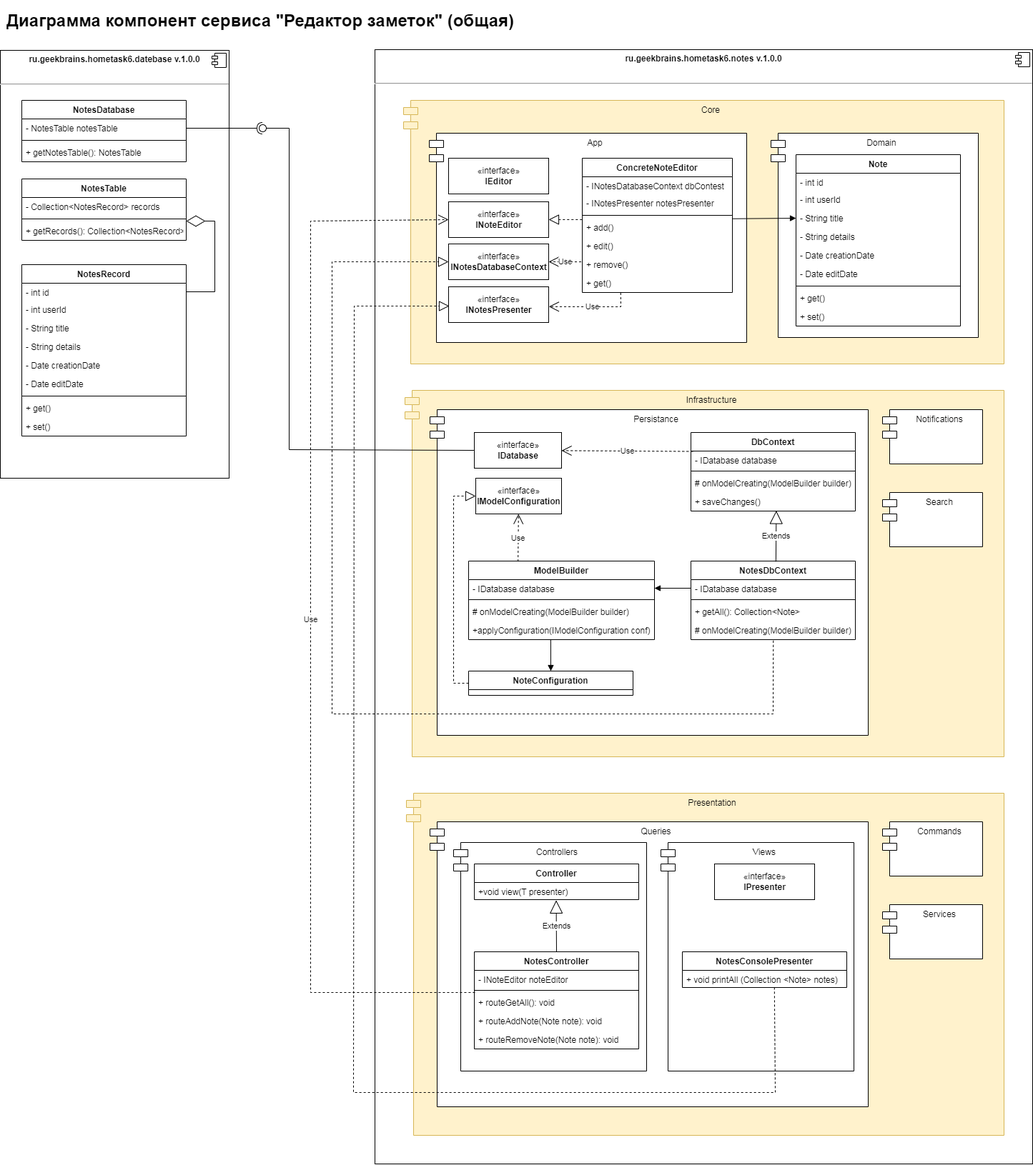
Before: Hometask_6/UML-diagram.png, a diagram exported from draw.io (ArtVDudkin/Architecture). Source tidied: cells renumbered, new cells last; positions are measured from the earlier drawing's top-left corner, leaving out a move shared by most shapes.
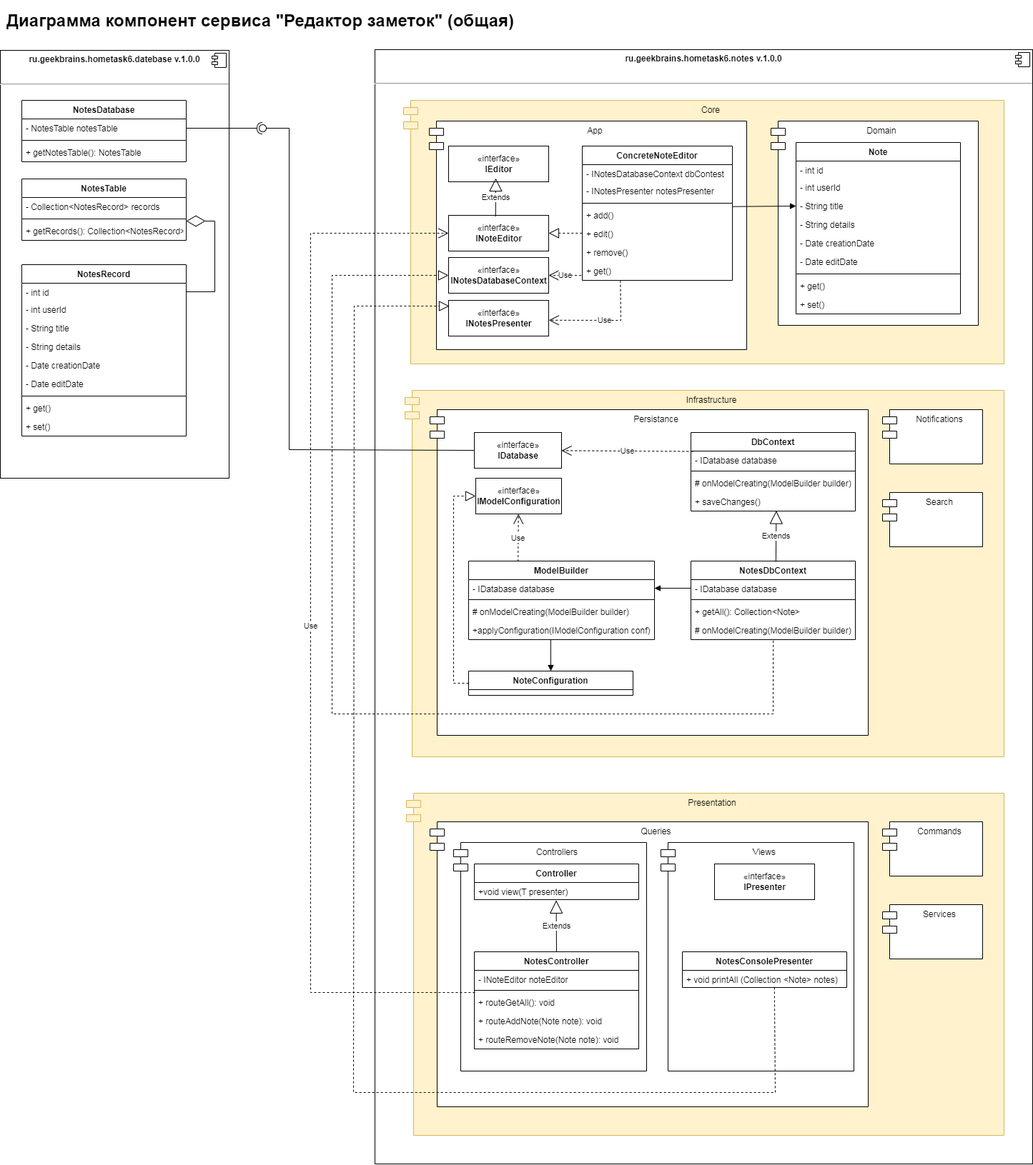
After the change.

Commit message:
UML diagram edited

The edit, as a diff of the source:
```diff
@@ -91,13 +91,13 @@
       <mxGeometry x="362" y="165" width="10" height="10" as="geometry" />
     </mxCell>
     <mxCell id="30" value="App" style="shape=module;align=left;spacingLeft=20;align=center;verticalAlign=top;" parent="1" vertex="1">
-      <mxGeometry x="600" y="177" width="444" height="293" as="geometry" />
+      <mxGeometry x="600" y="160" width="444" height="320" as="geometry" />
     </mxCell>
     <mxCell id="31" value="Domain" style="shape=module;align=left;spacingLeft=20;align=center;verticalAlign=top;" parent="1" vertex="1">
-      <mxGeometry x="1078" y="177" width="290" height="286" as="geometry" />
+      <mxGeometry x="1078" y="160" width="290" height="286" as="geometry" />
     </mxCell>
     <mxCell id="32" value="Note" style="swimlane;fontStyle=1;align=center;verticalAlign=top;horizontal=1;startSize=26;" parent="1" vertex="1">
-      <mxGeometry x="1113" y="207" width="230" height="240" as="geometry" />
+      <mxGeometry x="1113" y="190" width="230" height="240" as="geometry" />
     </mxCell>
     <mxCell id="33" value="- int id" style="text;strokeColor=none;fillColor=none;align=left;verticalAlign=top;spacingLeft=4;spacingRight=4;overflow=hidden;" parent="32" vertex="1">
       <mxGeometry y="26" width="230" height="24" as="geometry" />
@@ -127,19 +127,19 @@
       <mxGeometry y="214" width="230" height="26" as="geometry" />
     </mxCell>
     <mxCell id="42" value="«interface»&lt;br&gt;&lt;b&gt;IEditor&lt;/b&gt;" style="html=1;" parent="1" vertex="1">
-      <mxGeometry x="627" y="212" width="140" height="50" as="geometry" />
+      <mxGeometry x="627" y="195" width="140" height="50" as="geometry" />
     </mxCell>
     <mxCell id="43" value="«interface»&lt;br&gt;&lt;b&gt;INoteEditor&lt;br&gt;&lt;/b&gt;" style="html=1;" parent="1" vertex="1">
-      <mxGeometry x="627" y="273" width="140" height="50" as="geometry" />
+      <mxGeometry x="627" y="292" width="140" height="50" as="geometry" />
     </mxCell>
     <mxCell id="44" value="«interface»&lt;br&gt;&lt;b&gt;INotesDatabaseContext&lt;br&gt;&lt;/b&gt;" style="html=1;" parent="1" vertex="1">
-      <mxGeometry x="627" y="332" width="140" height="50" as="geometry" />
+      <mxGeometry x="627" y="351" width="140" height="50" as="geometry" />
     </mxCell>
     <mxCell id="45" value="«interface»&lt;br&gt;&lt;b&gt;INotesPresenter&lt;br&gt;&lt;/b&gt;" style="html=1;" parent="1" vertex="1">
-      <mxGeometry x="627" y="392" width="140" height="50" as="geometry" />
+      <mxGeometry x="627" y="411" width="140" height="50" as="geometry" />
     </mxCell>
     <mxCell id="46" value="ConcreteNoteEditor" style="swimlane;fontStyle=1;align=center;verticalAlign=top;horizontal=1;startSize=26;" parent="1" vertex="1">
-      <mxGeometry x="814" y="212" width="210" height="188" as="geometry" />
+      <mxGeometry x="814" y="195" width="210" height="188" as="geometry" />
     </mxCell>
     <mxCell id="47" value="- INotesDatabaseContext dbContest" style="text;strokeColor=none;fillColor=none;align=left;verticalAlign=top;spacingLeft=4;spacingRight=4;overflow=hidden;" parent="46" vertex="1">
       <mxGeometry y="26" width="210" height="24" as="geometry" />
@@ -164,19 +164,21 @@
     </mxCell>
     <mxCell id="54" style="endArrow=block;dashed=1;endFill=0;endSize=12;html=1;rounded=0;exitX=-0.001;exitY=0.383;exitDx=0;exitDy=0;exitPerimeter=0;" parent="1" edge="1" target="43">
       <mxGeometry relative="1" as="geometry">
-        <mxPoint x="813.8" y="298" as="sourcePoint" />
+        <mxPoint x="813.8" y="317" as="sourcePoint" />
       </mxGeometry>
     </mxCell>
-    <mxCell id="55" value="Use" style="endArrow=open;endSize=12;dashed=1;html=1;rounded=0;exitX=-0.007;exitY=0.35;exitDx=0;exitDy=0;entryX=1;entryY=0.5;entryDx=0;entryDy=0;exitPerimeter=0;" parent="1" edge="1" source="52" target="44">
-      <mxGeometry relative="1" as="geometry" />
+    <mxCell id="55" value="Use" style="endArrow=open;endSize=12;dashed=1;html=1;rounded=0;exitX=-0.007;exitY=0.35;exitDx=0;exitDy=0;entryX=1;entryY=0.5;entryDx=0;entryDy=0;exitPerimeter=0;" parent="1" edge="1" target="44">
+      <mxGeometry relative="1" as="geometry">
+        <mxPoint x="812.5" y="376.1" as="sourcePoint" />
+      </mxGeometry>
     </mxCell>
     <mxCell id="56" style="html=1;verticalAlign=bottom;endArrow=block;rounded=0;entryX=0;entryY=0.5;entryDx=0;entryDy=0;exitX=1;exitY=0.028;exitDx=0;exitDy=0;exitPerimeter=0;" parent="1" edge="1" source="50" target="35">
       <mxGeometry relative="1" as="geometry" />
     </mxCell>
-    <mxCell id="57" value="Use" style="endArrow=open;endSize=12;dashed=1;html=1;rounded=0;exitX=0.256;exitY=1.017;exitDx=0;exitDy=0;entryX=1.002;entryY=0.556;entryDx=0;entryDy=0;exitPerimeter=0;entryPerimeter=0;" parent="1" edge="1" source="53" target="45">
+    <mxCell id="57" value="Use" style="endArrow=open;endSize=12;dashed=1;html=1;rounded=0;exitX=0.254;exitY=1.009;exitDx=0;exitDy=0;entryX=1.002;entryY=0.556;entryDx=0;entryDy=0;entryPerimeter=0;exitPerimeter=0;" parent="1" edge="1" source="53" target="45">
       <mxGeometry relative="1" as="geometry">
         <Array as="points">
-          <mxPoint x="868" y="420" />
+          <mxPoint x="868" y="439" />
         </Array>
       </mxGeometry>
     </mxCell>
@@ -261,7 +263,7 @@
         <Array as="points">
           <mxPoint x="1081" y="990" />
           <mxPoint x="464" y="990" />
-          <mxPoint x="464" y="357" />
+          <mxPoint x="464" y="376" />
         </Array>
       </mxGeometry>
     </mxCell>
@@ -334,7 +336,7 @@
       <mxGeometry relative="1" as="geometry">
         <Array as="points">
           <mxPoint x="434" y="1380" />
-          <mxPoint x="434" y="300" />
+          <mxPoint x="434" y="317" />
         </Array>
       </mxGeometry>
     </mxCell>
@@ -360,5 +362,10 @@
         </Array>
       </mxGeometry>
     </mxCell>
+    <mxCell id="107" value="Extends" style="endArrow=block;endSize=16;endFill=0;html=1;rounded=0;exitX=0.47;exitY=0.033;exitDx=0;exitDy=0;exitPerimeter=0;" parent="1" edge="1" source="43">
+      <mxGeometry relative="1" as="geometry">
+        <mxPoint x="693" y="240" as="targetPoint" />
+      </mxGeometry>
+    </mxCell>
   </root>
 </mxGraphModel>
```
